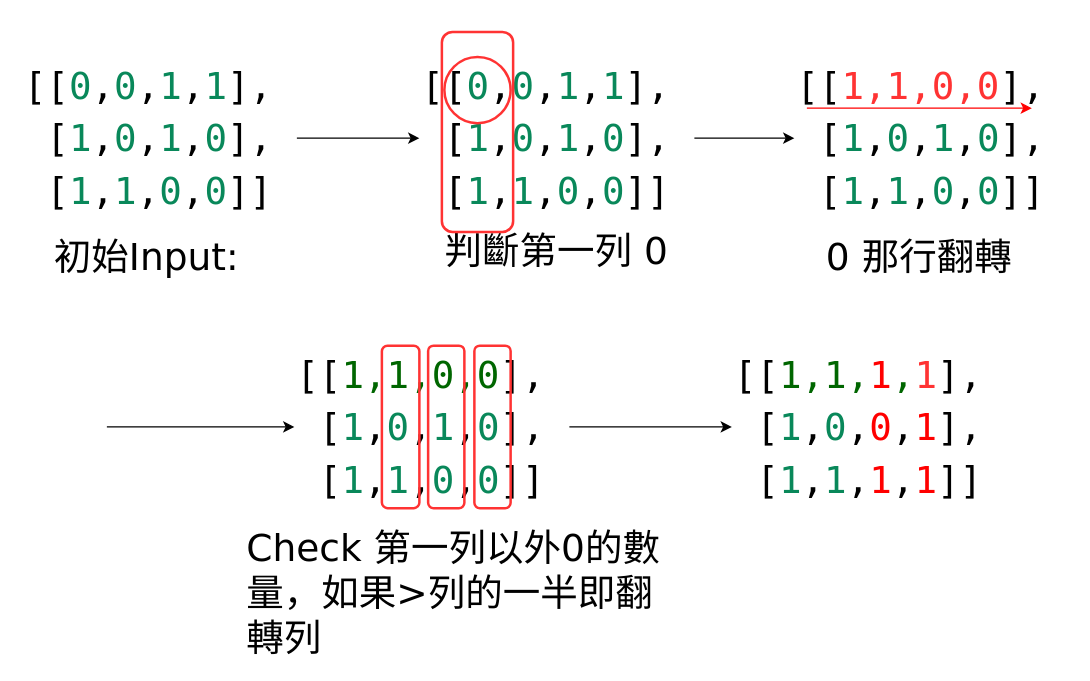
This is assets/draw.io/861.matrixScore.drawio from gh286991/Leetcode, a draw.io file, before an edit. Source tidied: cells renumbered, new cells numbered last; positions are measured from the earlier drawing's top-left corner, leaving out a move shared by most shapes. Both pictures are drawn from the tidied source at 125%, with x=0, y=0 at pixel (21, 31).
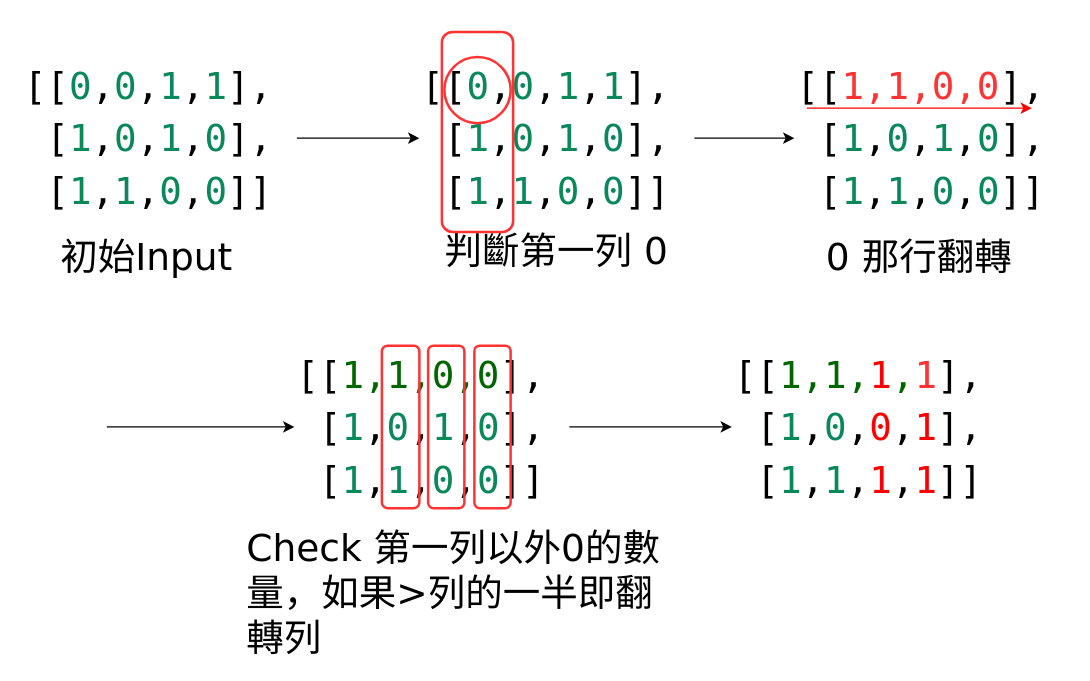
The same page after the edit.

The change refers to these unchanged cells:
```xml
<mxCell id="2" style="group;" parent="1" vertex="1">
  <mxGeometry width="838" height="482" as="geometry" />
</mxCell>
```

The edit, as a diff of the source:
```diff
@@
-    <mxCell id="8" value="初始Input:" style="text;html=1;strokeColor=none;fillColor=none;align=center;verticalAlign=middle;whiteSpace=wrap;rounded=0;fontFamily=Verdana;fontSize=30;" parent="2" vertex="1">
+    <mxCell id="8" value="初始Input" style="text;html=1;strokeColor=none;fillColor=none;align=center;verticalAlign=middle;whiteSpace=wrap;rounded=0;fontFamily=Verdana;fontSize=30;" parent="2" vertex="1">
       <mxGeometry y="164.5" width="200" height="30" as="geometry" />
     </mxCell>
```
